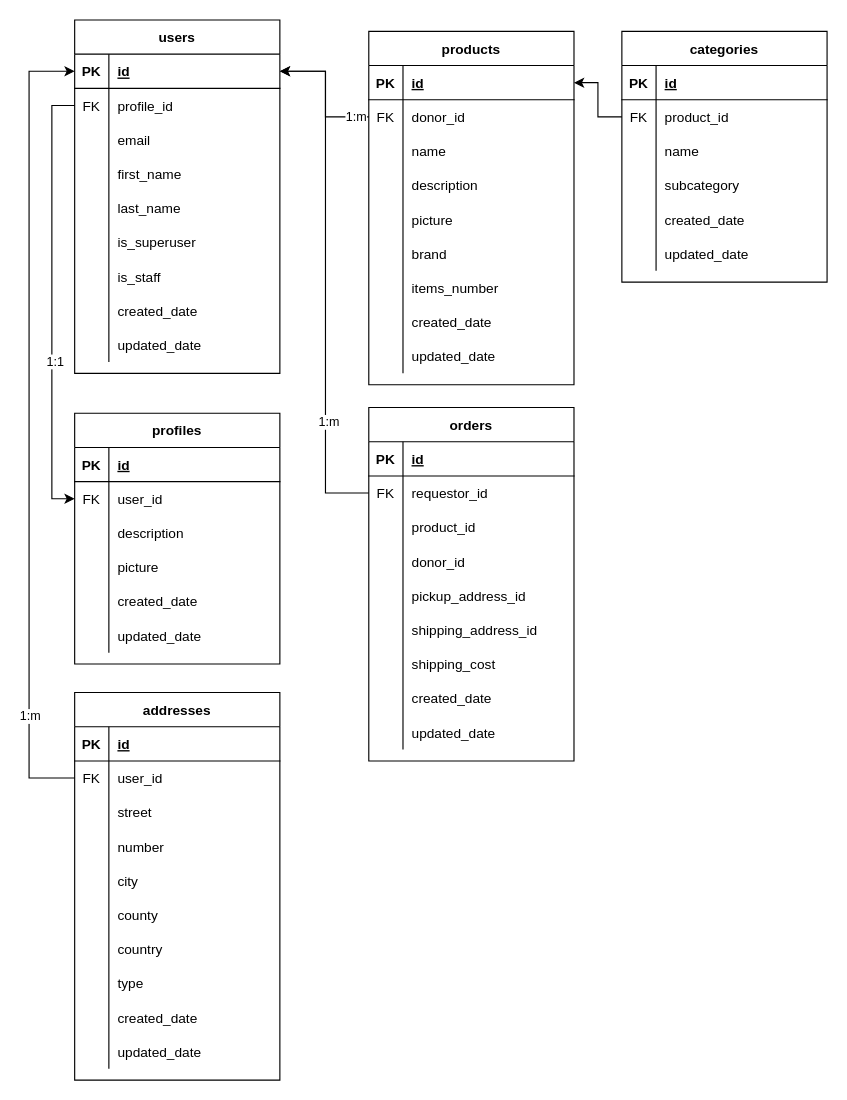
Above: donations_point.drawio in PixLix1/donations_point (draw.io), before the change. Source tidied: cells renumbered, new cells numbered last; positions are measured from the earlier drawing's top-left corner, leaving out a move shared by most shapes. Both pictures are drawn from the tidied source at 114%, with x=0, y=0 at pixel (28, 19).
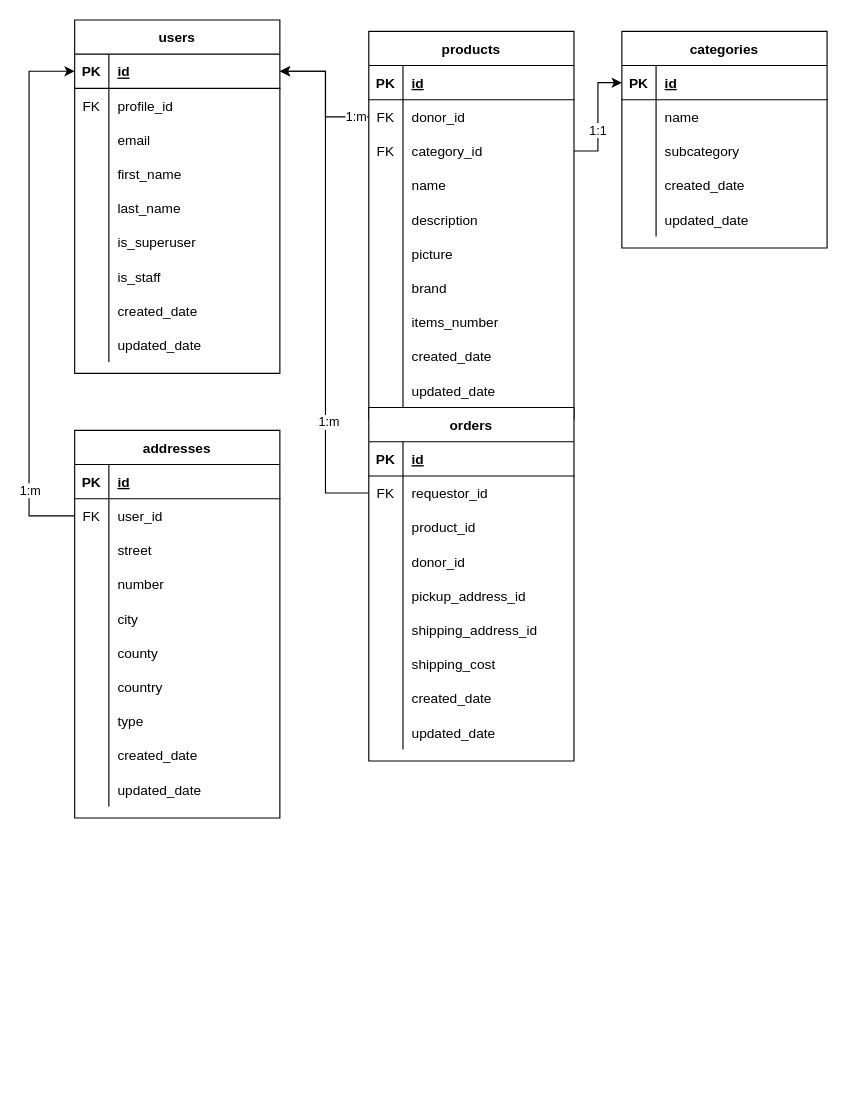
The same page after the edit.

Unchanged cells that the change refers to:
```xml
<mxCell id="3" style="shape=partialRectangle;fillColor=none;top=0;left=0;bottom=1;right=0;points=[[0,0.5],[1,0.5]];portConstraint=eastwest;" parent="2" vertex="1">
  <mxGeometry y="30" width="180" height="30" as="geometry" />
</mxCell>
<mxCell id="6" style="shape=partialRectangle;fillColor=none;top=0;left=0;bottom=0;right=0;points=[[0,0.5],[1,0.5]];portConstraint=eastwest;" parent="2" vertex="1">
  <mxGeometry y="60" width="180" height="30" as="geometry" />
</mxCell>
<mxCell id="50" style="shape=partialRectangle;fillColor=none;top=0;left=0;bottom=1;right=0;points=[[0,0.5],[1,0.5]];portConstraint=eastwest;" parent="49" vertex="1">
  <mxGeometry y="30" width="180" height="30" as="geometry" />
</mxCell>
<mxCell id="108" style="shape=partialRectangle;fillColor=none;top=0;left=0;bottom=1;right=0;points=[[0,0.5],[1,0.5]];portConstraint=eastwest;" parent="107" vertex="1">
  <mxGeometry y="30" width="180" height="30" as="geometry" />
</mxCell>
<mxCell id="134" style="shape=partialRectangle;fillColor=none;top=0;left=0;bottom=0;right=0;points=[[0,0.5],[1,0.5]];portConstraint=eastwest;" parent="130" vertex="1">
  <mxGeometry y="60" width="180" height="30" as="geometry" />
</mxCell>
```

The edit, as a diff of the source:
```diff
@@
-    <mxCell id="30" value="profiles" style="shape=table;startSize=30;childLayout=tableLayout;rowLines=0;fontStyle=1;align=center;" parent="1" vertex="1">
-      <mxGeometry x="40" y="345" width="180" height="220" as="geometry" />
-    </mxCell>
-    <mxCell id="31" style="shape=partialRectangle;fillColor=none;top=0;left=0;bottom=1;right=0;" parent="30" vertex="1">
-      <mxGeometry y="30" width="180" height="30" as="geometry" />
-    </mxCell>
-    <mxCell id="32" value="PK" style="shape=partialRectangle;fillColor=none;top=0;left=0;bottom=0;right=0;fontStyle=1;overflow=hidden;" parent="31" vertex="1">
-      <mxGeometry width="30" height="30" as="geometry" />
-    </mxCell>
-    <mxCell id="33" value="id" style="shape=partialRectangle;fillColor=none;top=0;left=0;bottom=0;right=0;align=left;spacingLeft=6;fontStyle=5;overflow=hidden;" parent="31" vertex="1">
-      <mxGeometry x="30" width="150" height="30" as="geometry" />
-    </mxCell>
-    <mxCell id="34" style="shape=partialRectangle;fillColor=none;top=0;left=0;bottom=0;right=0;points=[[0,0.5],[1,0.5]];portConstraint=eastwest;" parent="30" vertex="1">
-      <mxGeometry y="60" width="180" height="30" as="geometry" />
-    </mxCell>
-    <mxCell id="35" value="FK" style="shape=partialRectangle;fillColor=none;top=0;left=0;bottom=0;right=0;overflow=hidden;" parent="34" vertex="1">
-      <mxGeometry width="30" height="30" as="geometry" />
-    </mxCell>
-    <mxCell id="36" value="user_id" style="shape=partialRectangle;fillColor=none;top=0;left=0;bottom=0;right=0;align=left;spacingLeft=6;overflow=hidden;" parent="34" vertex="1">
-      <mxGeometry x="30" width="150" height="30" as="geometry" />
-    </mxCell>
-    <mxCell id="37" style="shape=partialRectangle;fillColor=none;top=0;left=0;bottom=0;right=0;" parent="30" vertex="1">
-      <mxGeometry y="90" width="180" height="30" as="geometry" />
-    </mxCell>
-    <mxCell id="38" style="shape=partialRectangle;fillColor=none;top=0;left=0;bottom=0;right=0;overflow=hidden;" parent="37" vertex="1">
-      <mxGeometry width="30" height="30" as="geometry" />
-    </mxCell>
-    <mxCell id="39" value="description" style="shape=partialRectangle;fillColor=none;top=0;left=0;bottom=0;right=0;align=left;spacingLeft=6;overflow=hidden;" parent="37" vertex="1">
-      <mxGeometry x="30" width="150" height="30" as="geometry" />
-    </mxCell>
-    <mxCell id="40" style="shape=partialRectangle;fillColor=none;top=0;left=0;bottom=0;right=0;" parent="30" vertex="1">
-      <mxGeometry y="120" width="180" height="30" as="geometry" />
-    </mxCell>
-    <mxCell id="41" style="shape=partialRectangle;fillColor=none;top=0;left=0;bottom=0;right=0;overflow=hidden;" parent="40" vertex="1">
-      <mxGeometry width="30" height="30" as="geometry" />
-    </mxCell>
-    <mxCell id="42" value="picture" style="shape=partialRectangle;fillColor=none;top=0;left=0;bottom=0;right=0;align=left;spacingLeft=6;overflow=hidden;" parent="40" vertex="1">
-      <mxGeometry x="30" width="150" height="30" as="geometry" />
-    </mxCell>
-    <mxCell id="43" style="shape=partialRectangle;fillColor=none;top=0;left=0;bottom=0;right=0;" parent="30" vertex="1">
-      <mxGeometry y="150" width="180" height="30" as="geometry" />
-    </mxCell>
-    <mxCell id="44" style="shape=partialRectangle;fillColor=none;top=0;left=0;bottom=0;right=0;overflow=hidden;" parent="43" vertex="1">
-      <mxGeometry width="30" height="30" as="geometry" />
-    </mxCell>
-    <mxCell id="45" value="created_date" style="shape=partialRectangle;fillColor=none;top=0;left=0;bottom=0;right=0;align=left;spacingLeft=6;overflow=hidden;" parent="43" vertex="1">
-      <mxGeometry x="30" width="150" height="30" as="geometry" />
-    </mxCell>
-    <mxCell id="46" style="shape=partialRectangle;fillColor=none;top=0;left=0;bottom=0;right=0;" parent="30" vertex="1">
-      <mxGeometry y="180" width="180" height="30" as="geometry" />
-    </mxCell>
-    <mxCell id="47" style="shape=partialRectangle;fillColor=none;top=0;left=0;bottom=0;right=0;overflow=hidden;" parent="46" vertex="1">
-      <mxGeometry width="30" height="30" as="geometry" />
-    </mxCell>
-    <mxCell id="48" value="updated_date" style="shape=partialRectangle;fillColor=none;top=0;left=0;bottom=0;right=0;align=left;spacingLeft=6;overflow=hidden;" parent="46" vertex="1">
-      <mxGeometry x="30" width="150" height="30" as="geometry" />
-    </mxCell>
     <mxCell id="49" value="products" style="shape=table;startSize=30;childLayout=tableLayout;rowLines=0;fontStyle=1;align=center;" parent="1" vertex="1">
-      <mxGeometry x="298" y="10" width="180" height="310" as="geometry" />
+      <mxGeometry x="298" y="10" width="180" height="340" as="geometry" />
     </mxCell>
@@
+    <mxCell id="111" style="shape=partialRectangle;fillColor=none;top=0;left=0;bottom=0;right=0;points=[[0,0.5],[1,0.5]];portConstraint=eastwest;" parent="49" vertex="1">
+      <mxGeometry y="90" width="180" height="30" as="geometry" />
+    </mxCell>
+    <mxCell id="112" value="FK" style="shape=partialRectangle;fillColor=none;top=0;left=0;bottom=0;right=0;overflow=hidden;" parent="111" vertex="1">
+      <mxGeometry width="30" height="30" as="geometry" />
+    </mxCell>
+    <mxCell id="113" value="category_id" style="shape=partialRectangle;fillColor=none;top=0;left=0;bottom=0;right=0;align=left;spacingLeft=6;overflow=hidden;" parent="111" vertex="1">
+      <mxGeometry x="30" width="150" height="30" as="geometry" />
+    </mxCell>
     <mxCell id="56" style="shape=partialRectangle;fillColor=none;top=0;left=0;bottom=0;right=0;" parent="49" vertex="1">
-      <mxGeometry y="90" width="180" height="30" as="geometry" />
+      <mxGeometry y="120" width="180" height="30" as="geometry" />
     </mxCell>
@@
     <mxCell id="59" style="shape=partialRectangle;fillColor=none;top=0;left=0;bottom=0;right=0;" parent="49" vertex="1">
-      <mxGeometry y="120" width="180" height="30" as="geometry" />
+      <mxGeometry y="150" width="180" height="30" as="geometry" />
     </mxCell>
@@
     <mxCell id="62" style="shape=partialRectangle;fillColor=none;top=0;left=0;bottom=0;right=0;" parent="49" vertex="1">
-      <mxGeometry y="150" width="180" height="30" as="geometry" />
+      <mxGeometry y="180" width="180" height="30" as="geometry" />
     </mxCell>
@@
     <mxCell id="65" style="shape=partialRectangle;fillColor=none;top=0;left=0;bottom=0;right=0;" parent="49" vertex="1">
-      <mxGeometry y="180" width="180" height="30" as="geometry" />
+      <mxGeometry y="210" width="180" height="30" as="geometry" />
     </mxCell>
@@
     <mxCell id="68" style="shape=partialRectangle;fillColor=none;top=0;left=0;bottom=0;right=0;" parent="49" vertex="1">
-      <mxGeometry y="210" width="180" height="30" as="geometry" />
+      <mxGeometry y="240" width="180" height="30" as="geometry" />
     </mxCell>
@@
     <mxCell id="71" style="shape=partialRectangle;fillColor=none;top=0;left=0;bottom=0;right=0;" parent="49" vertex="1">
-      <mxGeometry y="240" width="180" height="30" as="geometry" />
+      <mxGeometry y="270" width="180" height="30" as="geometry" />
     </mxCell>
@@
     <mxCell id="74" style="shape=partialRectangle;fillColor=none;top=0;left=0;bottom=0;right=0;" parent="49" vertex="1">
-      <mxGeometry y="270" width="180" height="30" as="geometry" />
+      <mxGeometry y="300" width="180" height="30" as="geometry" />
     </mxCell>
@@
     <mxCell id="107" value="categories" style="shape=table;startSize=30;childLayout=tableLayout;rowLines=0;fontStyle=1;align=center;" parent="1" vertex="1">
-      <mxGeometry x="520" y="10" width="180" height="220" as="geometry" />
+      <mxGeometry x="520" y="10" width="180" height="190" as="geometry" />
     </mxCell>
@@
-    <mxCell id="111" style="shape=partialRectangle;fillColor=none;top=0;left=0;bottom=0;right=0;points=[[0,0.5],[1,0.5]];portConstraint=eastwest;" parent="107" vertex="1">
-      <mxGeometry y="60" width="180" height="30" as="geometry" />
-    </mxCell>
-    <mxCell id="112" value="FK" style="shape=partialRectangle;fillColor=none;top=0;left=0;bottom=0;right=0;overflow=hidden;" parent="111" vertex="1">
-      <mxGeometry width="30" height="30" as="geometry" />
-    </mxCell>
-    <mxCell id="113" value="product_id" style="shape=partialRectangle;fillColor=none;top=0;left=0;bottom=0;right=0;align=left;spacingLeft=6;overflow=hidden;" parent="111" vertex="1">
-      <mxGeometry x="30" width="150" height="30" as="geometry" />
-    </mxCell>
     <mxCell id="114" style="shape=partialRectangle;fillColor=none;top=0;left=0;bottom=0;right=0;" parent="107" vertex="1">
-      <mxGeometry y="90" width="180" height="30" as="geometry" />
+      <mxGeometry y="60" width="180" height="30" as="geometry" />
     </mxCell>
@@
     <mxCell id="117" style="shape=partialRectangle;fillColor=none;top=0;left=0;bottom=0;right=0;" parent="107" vertex="1">
-      <mxGeometry y="120" width="180" height="30" as="geometry" />
+      <mxGeometry y="90" width="180" height="30" as="geometry" />
     </mxCell>
@@
     <mxCell id="120" style="shape=partialRectangle;fillColor=none;top=0;left=0;bottom=0;right=0;" parent="107" vertex="1">
-      <mxGeometry y="150" width="180" height="30" as="geometry" />
+      <mxGeometry y="120" width="180" height="30" as="geometry" />
     </mxCell>
@@
     <mxCell id="123" style="shape=partialRectangle;fillColor=none;top=0;left=0;bottom=0;right=0;" parent="107" vertex="1">
-      <mxGeometry y="180" width="180" height="30" as="geometry" />
+      <mxGeometry y="150" width="180" height="30" as="geometry" />
     </mxCell>
@@
-    <mxCell id="126" style="edgeStyle=orthogonalEdgeStyle;rounded=0;jettySize=auto;html=1;exitX=0;exitY=0.5;exitDx=0;exitDy=0;entryX=0;entryY=0.5;entryDx=0;entryDy=0;" parent="1" edge="1" source="6" target="34">
-      <mxGeometry relative="1" as="geometry" />
-    </mxCell>
-    <mxCell id="127" value="1:1" style="edgeLabel;html=1;align=center;verticalAlign=middle;" parent="126" vertex="1">
-      <mxGeometry x="0.27" y="2" relative="1" as="geometry" />
-    </mxCell>
@@
     <mxCell id="130" value="addresses" style="shape=table;startSize=30;childLayout=tableLayout;rowLines=0;fontStyle=1;align=center;" parent="1" vertex="1">
-      <mxGeometry x="40" y="590" width="180" height="340" as="geometry" />
+      <mxGeometry x="40" y="360" width="180" height="340" as="geometry" />
     </mxCell>
@@
-    <mxCell id="161" style="edgeStyle=orthogonalEdgeStyle;rounded=0;jettySize=auto;html=1;exitX=0;exitY=0.5;exitDx=0;exitDy=0;entryX=1;entryY=0.5;entryDx=0;entryDy=0;" parent="1" edge="1" source="111" target="50">
-      <mxGeometry relative="1" as="geometry" />
-    </mxCell>
-    <mxCell id="162" style="edgeStyle=orthogonalEdgeStyle;rounded=0;jettySize=auto;html=1;exitX=0;exitY=0.5;exitDx=0;exitDy=0;entryX=0;entryY=0.5;entryDx=0;entryDy=0;" parent="1" edge="1" source="134" target="3">
+    <mxCell id="162" style="edgeStyle=orthogonalEdgeStyle;rounded=0;jettySize=auto;html=1;entryX=0;entryY=0.5;entryDx=0;entryDy=0;exitX=0;exitY=0.5;exitDx=0;exitDy=0;" parent="1" edge="1" source="134" target="3">
       <mxGeometry relative="1" as="geometry">
         <Array as="points">
-          <mxPoint y="665" />
+          <mxPoint y="435" />
           <mxPoint y="45" />
         </Array>
       </mxGeometry>
     </mxCell>
@@
+    <mxCell id="164" style="edgeStyle=orthogonalEdgeStyle;rounded=0;jettySize=auto;html=1;exitX=1;exitY=0.5;exitDx=0;exitDy=0;" parent="1" edge="1" source="111" target="108">
+      <mxGeometry relative="1" as="geometry" />
+    </mxCell>
+    <mxCell id="127" value="1:1" style="edgeLabel;html=1;align=center;verticalAlign=middle;" parent="164" vertex="1">
+      <mxGeometry x="-0.22" y="1" relative="1" as="geometry" />
+    </mxCell>
```
